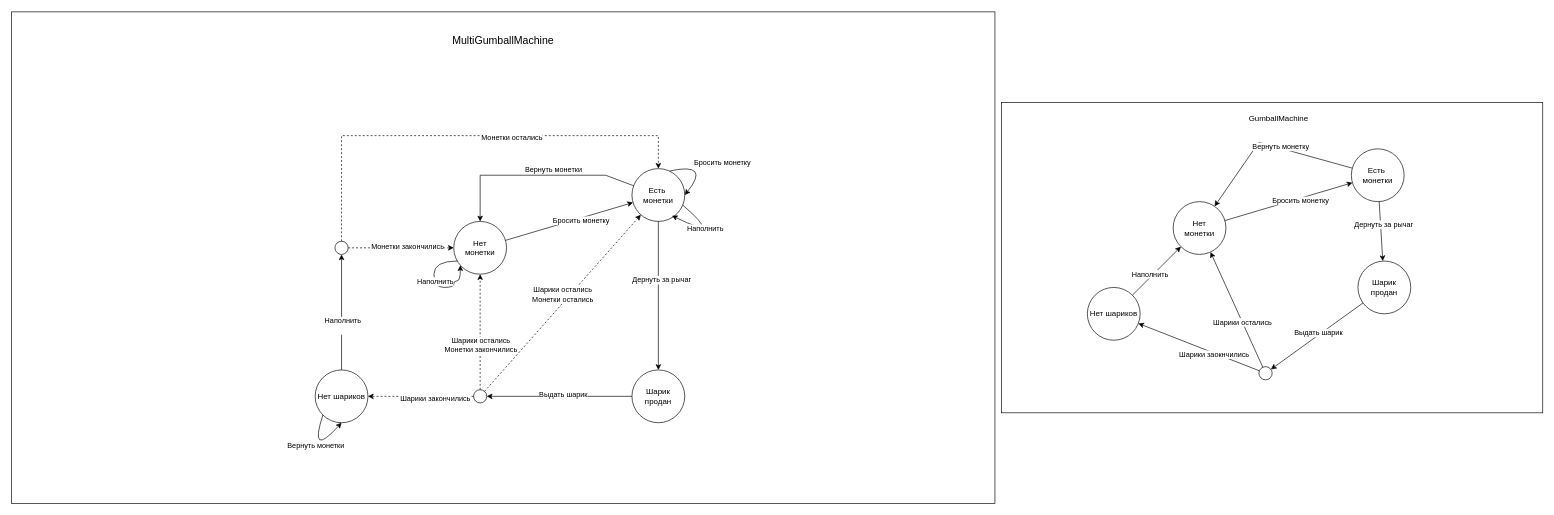
Before: Lab8/GumballMachine.drawio in x4la1/ood, a draw.io diagram. Source tidied: cells renumbered, new cells numbered last; positions are measured from the earlier drawing's top-left corner, leaving out a move shared by most shapes. Both pictures are drawn from the tidied source at 66%, with x=0, y=0 at pixel (11, 11).
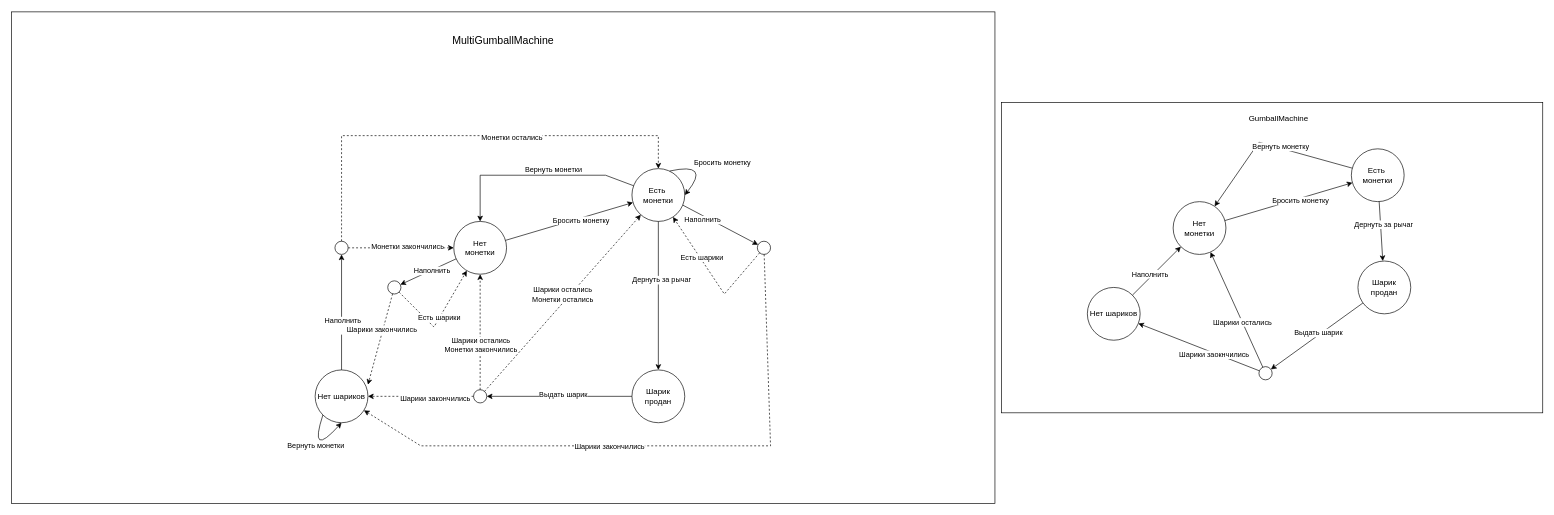
Above is the later version.

The change refers to these unchanged cells:
```xml
<mxCell id="25" value="Есть&amp;nbsp;&lt;div&gt;монетки&lt;/div&gt;" style="ellipse;whiteSpace=wrap;html=1;" parent="1" vertex="1">
  <mxGeometry x="940" y="238" width="80" height="80" as="geometry" />
</mxCell>
<mxCell id="27" value="Нет&lt;div&gt;монетки&lt;/div&gt;" style="ellipse;whiteSpace=wrap;html=1;" parent="1" vertex="1">
  <mxGeometry x="670" y="318" width="80" height="80" as="geometry" />
</mxCell>
<mxCell id="28" value="Нет шариков" style="ellipse;whiteSpace=wrap;html=1;" parent="1" vertex="1">
  <mxGeometry x="460" y="543" width="80" height="80" as="geometry" />
</mxCell>
```

What changed in the source:
```diff
@@
-    <mxCell id="55" style="endArrow=classic;html=1;rounded=0;edgeStyle=orthogonalEdgeStyle;curved=1;" parent="1" edge="1" source="27" target="27">
-      <mxGeometry relative="1" as="geometry">
-        <Array as="points">
-          <mxPoint x="640" y="378" />
-          <mxPoint x="640" y="418" />
-          <mxPoint x="670" y="418" />
-          <mxPoint x="670" y="408" />
-          <mxPoint x="680" y="408" />
-        </Array>
-      </mxGeometry>
+    <mxCell id="55" style="endArrow=classic;html=1;rounded=0;" parent="1" edge="1" source="27" target="60">
+      <mxGeometry relative="1" as="geometry" />
     </mxCell>
@@
-    <mxCell id="57" style="endArrow=classic;html=1;rounded=0;edgeStyle=orthogonalEdgeStyle;curved=1;entryX=0.757;entryY=0.89;entryDx=0;entryDy=0;entryPerimeter=0;exitX=0.964;exitY=0.692;exitDx=0;exitDy=0;exitPerimeter=0;" parent="1" edge="1" source="25" target="25">
-      <mxGeometry relative="1" as="geometry">
-        <Array as="points">
-          <mxPoint x="1080" y="348" />
-        </Array>
-      </mxGeometry>
+    <mxCell id="57" style="endArrow=classic;html=1;rounded=0;exitX=0.964;exitY=0.692;exitDx=0;exitDy=0;exitPerimeter=0;" parent="1" edge="1" source="25" target="59">
+      <mxGeometry relative="1" as="geometry" />
     </mxCell>
@@
+    <mxCell id="59" style="ellipse;whiteSpace=wrap;html=1;" parent="1" vertex="1">
+      <mxGeometry x="1130" y="348" width="20" height="20" as="geometry" />
+    </mxCell>
+    <mxCell id="60" style="ellipse;whiteSpace=wrap;html=1;" parent="1" vertex="1">
+      <mxGeometry x="570" y="408" width="20" height="20" as="geometry" />
+    </mxCell>
+    <mxCell id="61" style="endArrow=classic;html=1;rounded=0;entryX=1;entryY=0;entryDx=0;entryDy=0;dashed=1;" parent="1" edge="1" source="60">
+      <mxGeometry relative="1" as="geometry">
+        <mxPoint x="540" y="565.4" as="targetPoint" />
+      </mxGeometry>
+    </mxCell>
+    <mxCell id="62" value="Шарики закончились" style="edgeLabel;html=1;align=center;verticalAlign=middle;" parent="61" vertex="1">
+      <mxGeometry x="-0.21" y="-2" relative="1" as="geometry" />
+    </mxCell>
+    <mxCell id="63" style="endArrow=classic;html=1;rounded=0;dashed=1;" parent="1" edge="1" source="60" target="27">
+      <mxGeometry relative="1" as="geometry">
+        <Array as="points">
+          <mxPoint x="640" y="478" />
+        </Array>
+      </mxGeometry>
+    </mxCell>
+    <mxCell id="64" value="Есть шарики" style="edgeLabel;html=1;align=center;verticalAlign=middle;" parent="63" vertex="1">
+      <mxGeometry x="0.05" y="1" relative="1" as="geometry" />
+    </mxCell>
+    <mxCell id="65" style="endArrow=classic;html=1;rounded=0;dashed=1;" parent="1" edge="1" source="59" target="25">
+      <mxGeometry relative="1" as="geometry">
+        <Array as="points">
+          <mxPoint x="1080" y="428" />
+        </Array>
+      </mxGeometry>
+    </mxCell>
+    <mxCell id="66" value="Есть шарики" style="edgeLabel;html=1;align=center;verticalAlign=middle;" parent="65" vertex="1">
+      <mxGeometry x="0.32" y="-2" relative="1" as="geometry" />
+    </mxCell>
+    <mxCell id="67" style="endArrow=classic;html=1;rounded=0;dashed=1;" parent="1" edge="1" source="59" target="28">
+      <mxGeometry relative="1" as="geometry">
+        <Array as="points">
+          <mxPoint x="1150" y="658" />
+          <mxPoint x="620" y="658" />
+        </Array>
+      </mxGeometry>
+    </mxCell>
+    <mxCell id="68" value="Шарики закончились" style="edgeLabel;html=1;align=center;verticalAlign=middle;" parent="67" vertex="1">
+      <mxGeometry x="0.16" y="1" relative="1" as="geometry" />
+    </mxCell>
```
